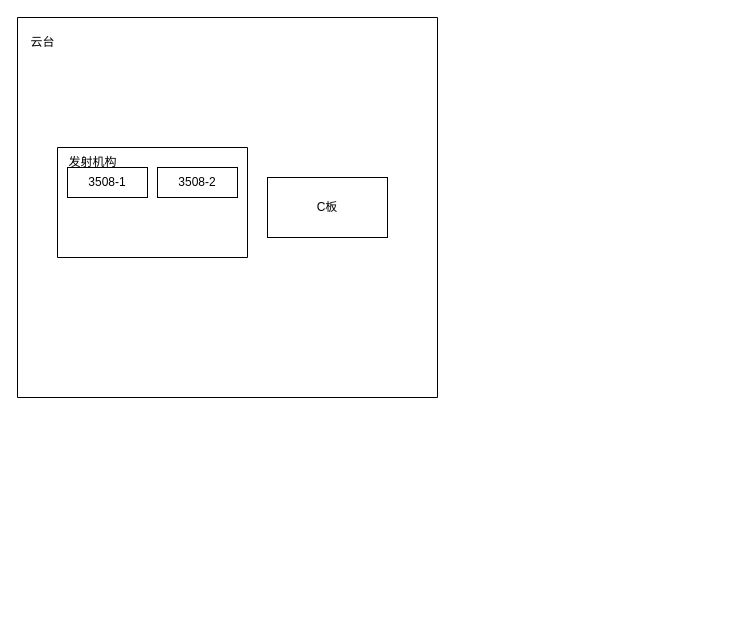
Before: 步兵接线图.drawio in moment-NEW/HDU_basic_framework, a draw.io diagram. Source tidied: cells renumbered, new cells numbered last; positions are measured from the earlier drawing's top-left corner, leaving out a move shared by most shapes. Both pictures are drawn from the tidied source at 100%, with x=0, y=0 at pixel (17, 17).
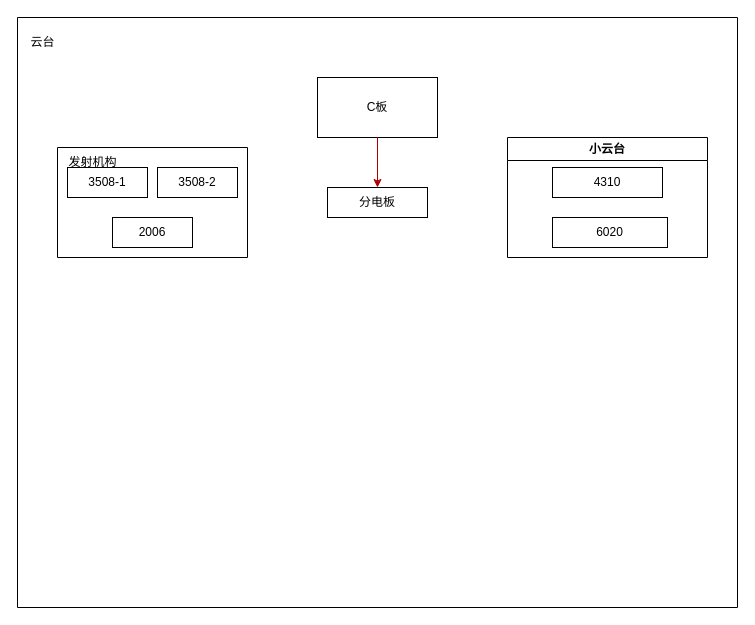
The same page after the edit.

Commit message (it also covers changes not shown here):
更新步兵接线图.drawio

What changed in the source:
```diff
@@
 <mxGraphModel>
   <root>
     <mxCell id="0" />
     <mxCell id="1" parent="0" />
     <mxCell id="2" style="swimlane;startSize=0;" parent="1" vertex="1">
-      <mxGeometry width="420" height="380" as="geometry" />
+      <mxGeometry width="720" height="590" as="geometry" />
     </mxCell>
     <mxCell id="3" value="云台" style="text;html=1;align=center;verticalAlign=middle;strokeColor=none;fillColor=none;" parent="2" vertex="1">
       <mxGeometry y="10" width="50" height="30" as="geometry" />
     </mxCell>
     <mxCell id="4" value="C板" style="whiteSpace=wrap;html=1;" parent="2" vertex="1">
-      <mxGeometry x="250" y="160" width="120" height="60" as="geometry" />
+      <mxGeometry x="300" y="60" width="120" height="60" as="geometry" />
     </mxCell>
     <mxCell id="5" style="swimlane;startSize=0;" parent="2" vertex="1">
       <mxGeometry x="40" y="130" width="190" height="110" as="geometry" />
     </mxCell>
     <mxCell id="6" value="3508-1" style="whiteSpace=wrap;html=1;" parent="5" vertex="1">
       <mxGeometry x="10" y="20" width="80" height="30" as="geometry" />
     </mxCell>
     <mxCell id="7" value="3508-2" style="whiteSpace=wrap;html=1;" parent="5" vertex="1">
       <mxGeometry x="100" y="20" width="80" height="30" as="geometry" />
     </mxCell>
     <mxCell id="8" value="发射机构" style="text;html=1;align=center;verticalAlign=middle;strokeColor=none;fillColor=none;" parent="5" vertex="1">
       <mxGeometry width="70" height="30" as="geometry" />
     </mxCell>
+    <mxCell id="9" value="2006" style="whiteSpace=wrap;html=1;" parent="5" vertex="1">
+      <mxGeometry x="55" y="70" width="80" height="30" as="geometry" />
+    </mxCell>
+    <mxCell id="10" value="小云台" style="swimlane;whiteSpace=wrap;html=1;" parent="2" vertex="1">
+      <mxGeometry x="490" y="120" width="200" height="120" as="geometry" />
+    </mxCell>
+    <mxCell id="11" value="4310" style="whiteSpace=wrap;html=1;" parent="10" vertex="1">
+      <mxGeometry x="45" y="30" width="110" height="30" as="geometry" />
+    </mxCell>
+    <mxCell id="12" value="6020" style="whiteSpace=wrap;html=1;" parent="10" vertex="1">
+      <mxGeometry x="45" y="80" width="115" height="30" as="geometry" />
+    </mxCell>
+    <mxCell id="13" value="分电板" style="whiteSpace=wrap;html=1;" parent="1" vertex="1">
+      <mxGeometry x="310" y="170" width="100" height="30" as="geometry" />
+    </mxCell>
+    <mxCell id="14" style="edgeStyle=orthogonalEdgeStyle;rounded=0;jettySize=auto;html=1;fillColor=#e51400;strokeColor=#B20000;" parent="1" edge="1" source="4" target="13">
+      <mxGeometry relative="1" as="geometry" />
+    </mxCell>
   </root>
 </mxGraphModel>
```
